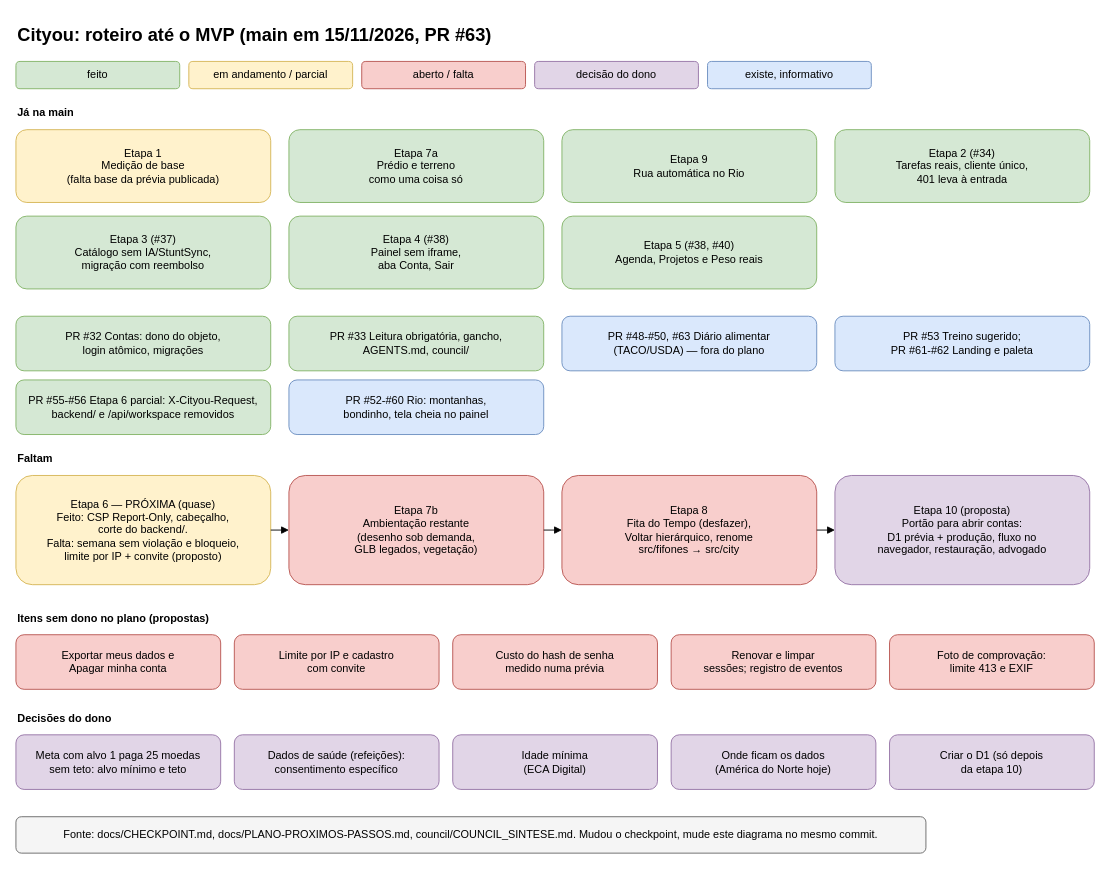
Above: page "1 Roteiro até o MVP" (1 of 4) of docs/diagrams/cityou-mvp.drawio in luizfelipeulhoa-afk/Cityou (draw.io), before the change. Source tidied: cells renumbered, new cells numbered last; positions are measured from the earlier drawing's top-left corner, leaving out a move shared by most shapes. Both pictures are drawn from the tidied source at 91%, with x=0, y=0 at pixel (15, 15).
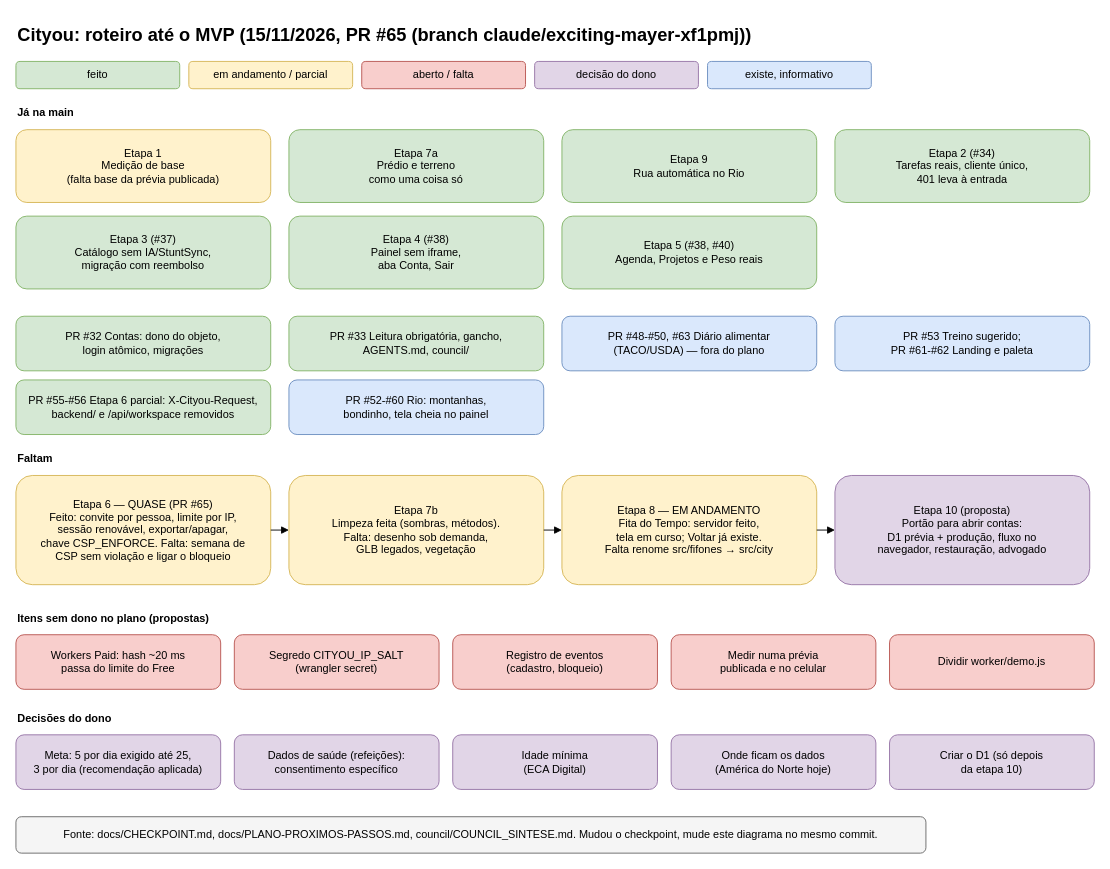
After the change.

Commit message (it also covers changes not shown here):
Diagramas: etapa 6 quase pronta, etapa 8 em andamento, ameaças resolvidas pelo PR #65

Claude-Session: https://claude.ai/code/session_01NxmKHvftyXmiRcFDSFpCs9

Diff of the diagram source:
```diff
@@
-    <mxCell id="2" value="Cityou: roteiro até o MVP (main em 15/11/2026, PR #63)" style="rounded=1;whiteSpace=wrap;html=0;fillColor=#f5f5f5;strokeColor=#666666;fillColor=none;strokeColor=none;fontSize=20;fontStyle=1;align=left;" parent="1" vertex="1">
+    <mxCell id="2" value="Cityou: roteiro até o MVP (15/11/2026, PR #65 (branch claude/exciting-mayer-xf1pmj))" style="rounded=1;whiteSpace=wrap;html=0;fillColor=#f5f5f5;strokeColor=#666666;fillColor=none;strokeColor=none;fontSize=20;fontStyle=1;align=left;" parent="1" vertex="1">
       <mxGeometry width="900" height="40" as="geometry" />
     </mxCell>
@@
-    <mxCell id="23" value="Etapa 6 — PRÓXIMA (quase)&#10;Feito: CSP Report-Only, cabeçalho,&#10;corte do backend/.&#10;Falta: semana sem violação e bloqueio,&#10;limite por IP + convite (proposto)" style="rounded=1;whiteSpace=wrap;html=0;fillColor=#fff2cc;strokeColor=#d6b656;" parent="1" vertex="1">
+    <mxCell id="23" value="Etapa 6 — QUASE (PR #65)&#10;Feito: convite por pessoa, limite por IP,&#10;sessão renovável, exportar/apagar,&#10;chave CSP_ENFORCE. Falta: semana de&#10;CSP sem violação e ligar o bloqueio" style="rounded=1;whiteSpace=wrap;html=0;fillColor=#fff2cc;strokeColor=#d6b656;" parent="1" vertex="1">
       <mxGeometry y="505" width="280" height="120" as="geometry" />
     </mxCell>
-    <mxCell id="24" value="Etapa 7b&#10;Ambientação restante&#10;(desenho sob demanda,&#10;GLB legados, vegetação)" style="rounded=1;whiteSpace=wrap;html=0;fillColor=#f8cecc;strokeColor=#b85450;" parent="1" vertex="1">
+    <mxCell id="24" value="Etapa 7b&#10;Limpeza feita (sombras, métodos).&#10;Falta: desenho sob demanda,&#10;GLB legados, vegetação" style="rounded=1;whiteSpace=wrap;html=0;fillColor=#fff2cc;strokeColor=#d6b656;" parent="1" vertex="1">
       <mxGeometry x="300" y="505" width="280" height="120" as="geometry" />
     </mxCell>
-    <mxCell id="25" value="Etapa 8&#10;Fita do Tempo (desfazer),&#10;Voltar hierárquico, renome&#10;src/fifones → src/city" style="rounded=1;whiteSpace=wrap;html=0;fillColor=#f8cecc;strokeColor=#b85450;" parent="1" vertex="1">
+    <mxCell id="25" value="Etapa 8 — EM ANDAMENTO&#10;Fita do Tempo: servidor feito,&#10;tela em curso; Voltar já existe.&#10;Falta renome src/fifones → src/city" style="rounded=1;whiteSpace=wrap;html=0;fillColor=#fff2cc;strokeColor=#d6b656;" parent="1" vertex="1">
       <mxGeometry x="600" y="505" width="280" height="120" as="geometry" />
     </mxCell>
@@
-    <mxCell id="31" value="Exportar meus dados e&#10;Apagar minha conta" style="rounded=1;whiteSpace=wrap;html=0;fillColor=#f8cecc;strokeColor=#b85450;" parent="1" vertex="1">
+    <mxCell id="31" value="Workers Paid: hash ~20 ms&#10;passa do limite do Free" style="rounded=1;whiteSpace=wrap;html=0;fillColor=#f8cecc;strokeColor=#b85450;" parent="1" vertex="1">
       <mxGeometry y="680" width="225" height="60" as="geometry" />
     </mxCell>
-    <mxCell id="32" value="Limite por IP e cadastro&#10;com convite" style="rounded=1;whiteSpace=wrap;html=0;fillColor=#f8cecc;strokeColor=#b85450;" parent="1" vertex="1">
+    <mxCell id="32" value="Segredo CITYOU_IP_SALT&#10;(wrangler secret)" style="rounded=1;whiteSpace=wrap;html=0;fillColor=#f8cecc;strokeColor=#b85450;" parent="1" vertex="1">
       <mxGeometry x="240" y="680" width="225" height="60" as="geometry" />
     </mxCell>
-    <mxCell id="33" value="Custo do hash de senha&#10;medido numa prévia" style="rounded=1;whiteSpace=wrap;html=0;fillColor=#f8cecc;strokeColor=#b85450;" parent="1" vertex="1">
+    <mxCell id="33" value="Registro de eventos&#10;(cadastro, bloqueio)" style="rounded=1;whiteSpace=wrap;html=0;fillColor=#f8cecc;strokeColor=#b85450;" parent="1" vertex="1">
       <mxGeometry x="480" y="680" width="225" height="60" as="geometry" />
     </mxCell>
-    <mxCell id="34" value="Renovar e limpar&#10;sessões; registro de eventos" style="rounded=1;whiteSpace=wrap;html=0;fillColor=#f8cecc;strokeColor=#b85450;" parent="1" vertex="1">
+    <mxCell id="34" value="Medir numa prévia&#10;publicada e no celular" style="rounded=1;whiteSpace=wrap;html=0;fillColor=#f8cecc;strokeColor=#b85450;" parent="1" vertex="1">
       <mxGeometry x="720" y="680" width="225" height="60" as="geometry" />
     </mxCell>
-    <mxCell id="35" value="Foto de comprovação:&#10;limite 413 e EXIF" style="rounded=1;whiteSpace=wrap;html=0;fillColor=#f8cecc;strokeColor=#b85450;" parent="1" vertex="1">
+    <mxCell id="35" value="Dividir worker/demo.js" style="rounded=1;whiteSpace=wrap;html=0;fillColor=#f8cecc;strokeColor=#b85450;" parent="1" vertex="1">
       <mxGeometry x="960" y="680" width="225" height="60" as="geometry" />
     </mxCell>
@@
-    <mxCell id="37" value="Meta com alvo 1 paga 25 moedas&#10;sem teto: alvo mínimo e teto" style="rounded=1;whiteSpace=wrap;html=0;fillColor=#e1d5e7;strokeColor=#9673a6;" parent="1" vertex="1">
+    <mxCell id="37" value="Meta: 5 por dia exigido até 25,&#10;3 por dia (recomendação aplicada)" style="rounded=1;whiteSpace=wrap;html=0;fillColor=#e1d5e7;strokeColor=#9673a6;" parent="1" vertex="1">
       <mxGeometry y="790" width="225" height="60" as="geometry" />
     </mxCell>
```
